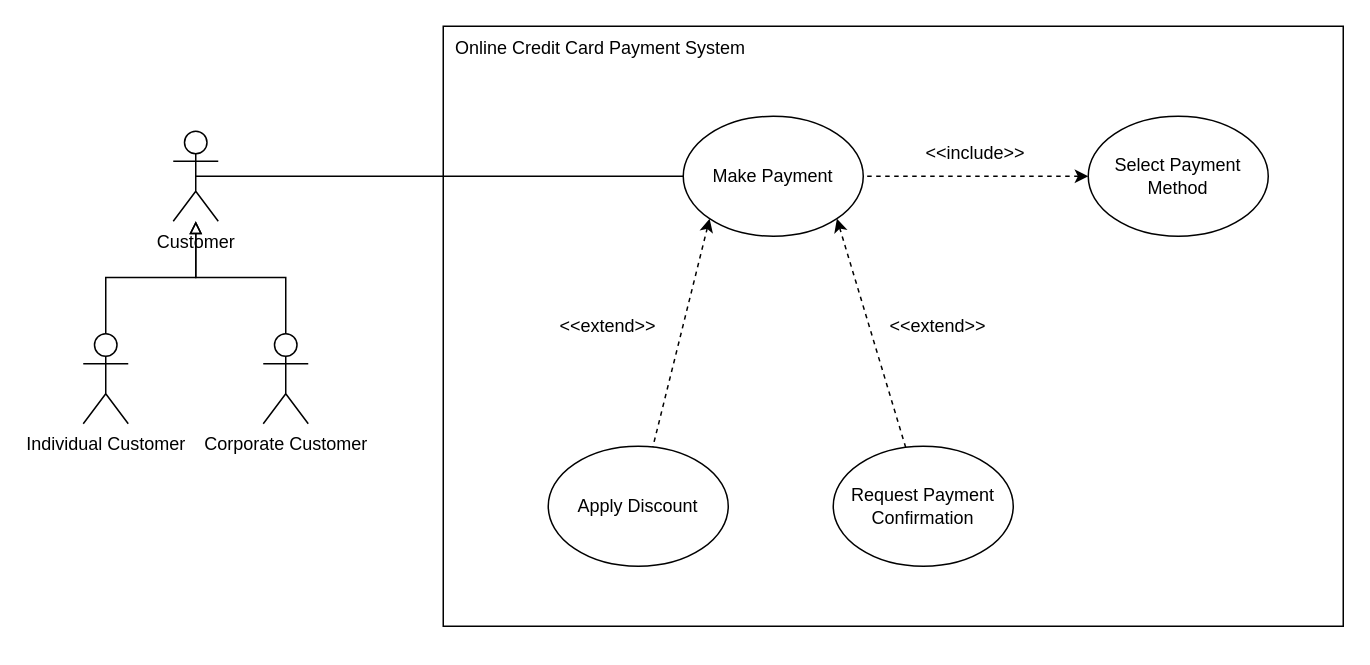
Before: page "Ex. 1" (2 of 4) of Week 9/Lab2_SE.drawio in sofiaconnor/inf1103-labs, a draw.io diagram. Source tidied: cells renumbered, new cells numbered last; positions are measured from the earlier drawing's top-left corner, leaving out a move shared by most shapes. Both pictures are drawn from the tidied source at 150%, with x=0, y=0 at pixel (82, 26).
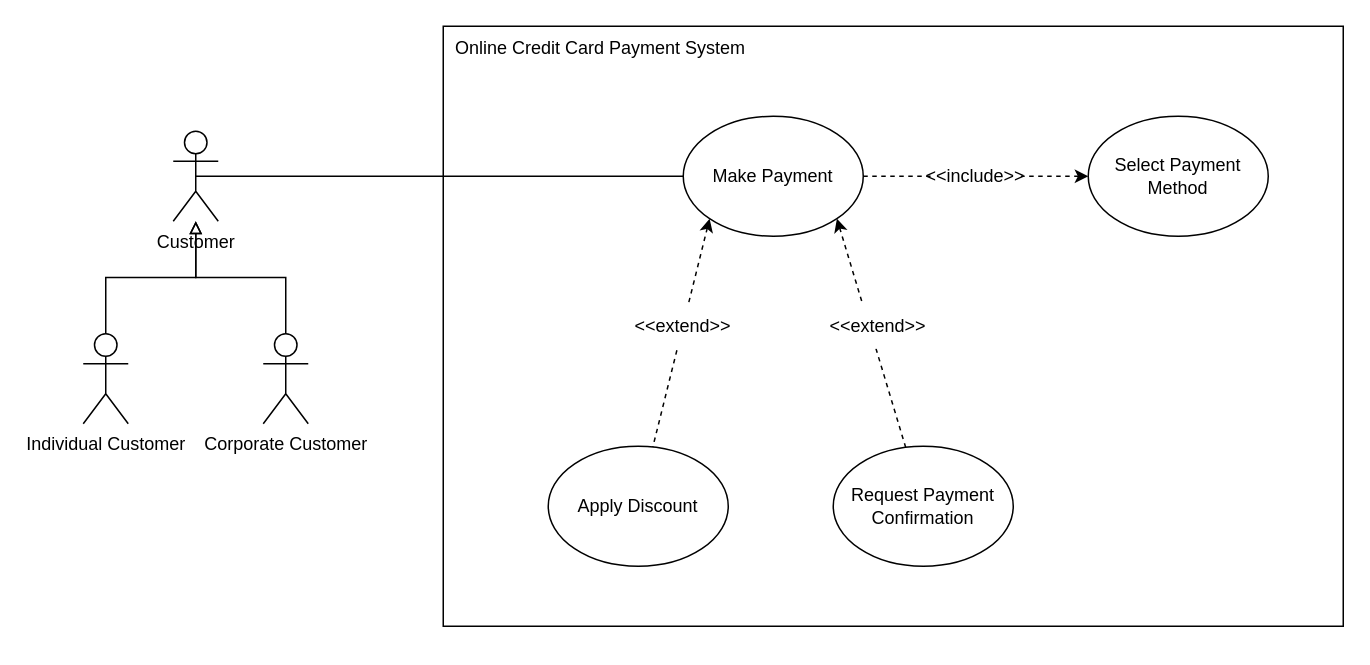
Above is the later version.

Unchanged cells that the change refers to:
```xml
<mxCell id="8" value="Make Payment" style="ellipse;whiteSpace=wrap;html=1;shapeInside=1;fillColor=none;" parent="1" vertex="1">
  <mxGeometry x="400" y="60" width="120" height="80" as="geometry" />
</mxCell>
<mxCell id="12" value="Select Payment Method" style="ellipse;whiteSpace=wrap;html=1;shapeInside=1;fillColor=none;" parent="1" vertex="1">
  <mxGeometry x="670" y="60" width="120" height="80" as="geometry" />
</mxCell>
```

The edit, as a diff of the source:
```diff
@@
-    <mxCell id="9" style="rounded=0;jettySize=auto;html=1;exitX=0;exitY=0.5;exitDx=0;exitDy=0;defaultLabelBackgroundColor=page;labelPadding=0 4;dashed=1;startArrow=classic;startFill=1;endArrow=none;endFill=0;" parent="1" edge="1" source="12" target="8">
+    <mxCell id="9" style="rounded=0;jettySize=auto;html=1;exitX=0;exitY=0.5;exitDx=0;exitDy=0;defaultLabelBackgroundColor=page;labelPadding=0 4;dashed=1;startArrow=none;startFill=0;endArrow=none;endFill=0;" parent="1" edge="1" source="13" target="8">
       <mxGeometry relative="1" as="geometry" />
     </mxCell>
@@
-    <mxCell id="13" value="&amp;lt;&amp;lt;include&amp;gt;&amp;gt;" style="text;html=1;whiteSpace=wrap;strokeColor=none;fillColor=none;align=center;verticalAlign=middle;rounded=0;" parent="1" vertex="1">
-      <mxGeometry x="565" y="70" width="60" height="30" as="geometry" />
-    </mxCell>
@@
-    <mxCell id="17" value="&amp;lt;&amp;lt;extend&amp;gt;&amp;gt;" style="text;html=1;whiteSpace=wrap;strokeColor=none;fillColor=none;align=center;verticalAlign=middle;rounded=0;" parent="1" vertex="1">
-      <mxGeometry x="320" y="185" width="60" height="30" as="geometry" />
+    <mxCell id="17" value="&amp;lt;&amp;lt;extend&amp;gt;&amp;gt;" style="text;html=1;whiteSpace=wrap;strokeColor=none;fillColor=default;align=center;verticalAlign=middle;rounded=0;" parent="1" vertex="1">
+      <mxGeometry x="370" y="185" width="60" height="30" as="geometry" />
     </mxCell>
-    <mxCell id="18" value="&amp;lt;&amp;lt;extend&amp;gt;&amp;gt;" style="text;html=1;whiteSpace=wrap;strokeColor=none;fillColor=none;align=center;verticalAlign=middle;rounded=0;" parent="1" vertex="1">
-      <mxGeometry x="540" y="185" width="60" height="30" as="geometry" />
+    <mxCell id="18" value="&amp;lt;&amp;lt;extend&amp;gt;&amp;gt;" style="text;html=1;whiteSpace=wrap;strokeColor=none;fillColor=default;align=center;verticalAlign=middle;rounded=0;" parent="1" vertex="1">
+      <mxGeometry x="500" y="185" width="60" height="30" as="geometry" />
     </mxCell>
@@
+    <mxCell id="21" style="rounded=0;jettySize=auto;html=1;exitX=0;exitY=0.5;exitDx=0;exitDy=0;defaultLabelBackgroundColor=page;labelPadding=0 4;dashed=1;startArrow=classic;startFill=1;endArrow=none;endFill=0;" parent="1" edge="1" source="12" target="13">
+      <mxGeometry relative="1" as="geometry" />
+    </mxCell>
+    <mxCell id="13" value="&amp;lt;&amp;lt;include&amp;gt;&amp;gt;" style="text;html=1;whiteSpace=wrap;strokeColor=none;fillColor=default;align=center;verticalAlign=middle;rounded=0;" parent="1" vertex="1">
+      <mxGeometry x="565" y="85" width="60" height="30" as="geometry" />
+    </mxCell>
```
